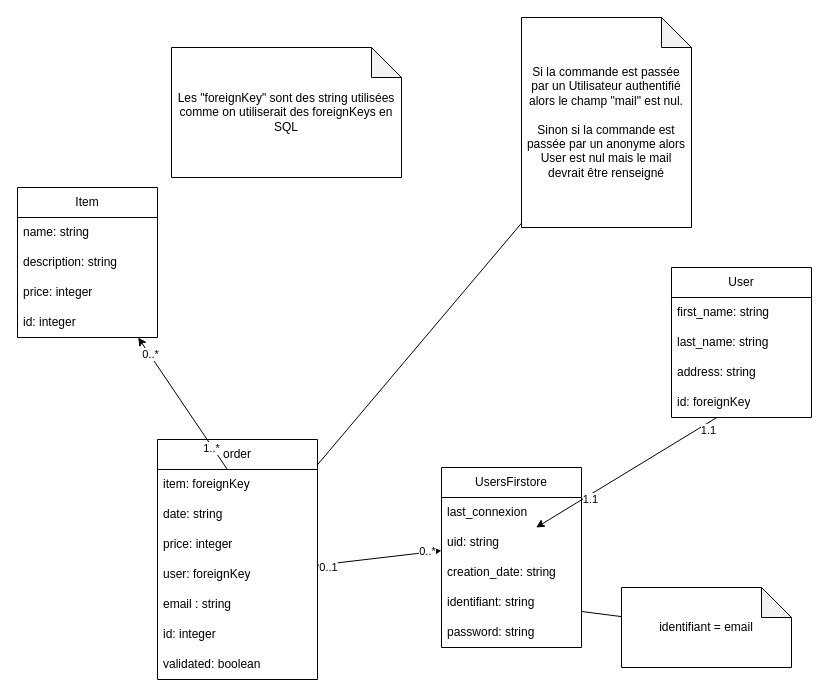
The draw.io diagram mdd.drawio in LouisMaupas/ecom, before the edit. Source tidied: cells renumbered, new cells numbered last; positions are measured from the earlier drawing's top-left corner, leaving out a move shared by most shapes. Both pictures are drawn from the tidied source at 100%, with x=0, y=0 at pixel (17, 17).
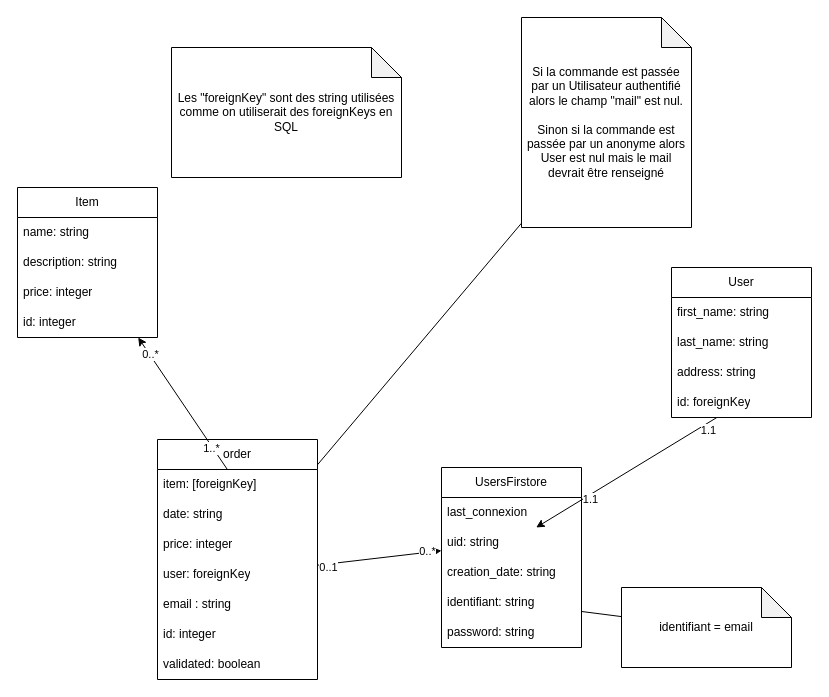
The same page after the edit.

Unchanged cells that the change refers to:
```xml
<mxCell id="12" value="order" style="swimlane;fontStyle=0;horizontal=1;startSize=30;whiteSpace=wrap;html=1;" parent="1" vertex="1">
  <mxGeometry x="140" y="422" width="160" height="240" as="geometry" />
</mxCell>
```

Change to the diagram source:
```diff
@@
-    <mxCell id="13" value="item: foreignKey" style="text;strokeColor=none;fillColor=none;align=left;verticalAlign=middle;spacingLeft=4;spacingRight=4;overflow=hidden;points=[[0,0.5],[1,0.5]];portConstraint=eastwest;whiteSpace=wrap;html=1;" parent="12" vertex="1">
+    <mxCell id="13" value="item: [foreignKey]" style="text;strokeColor=none;fillColor=none;align=left;verticalAlign=middle;spacingLeft=4;spacingRight=4;overflow=hidden;points=[[0,0.5],[1,0.5]];portConstraint=eastwest;whiteSpace=wrap;html=1;" parent="12" vertex="1">
       <mxGeometry y="30" width="160" height="30" as="geometry" />
     </mxCell>
```
